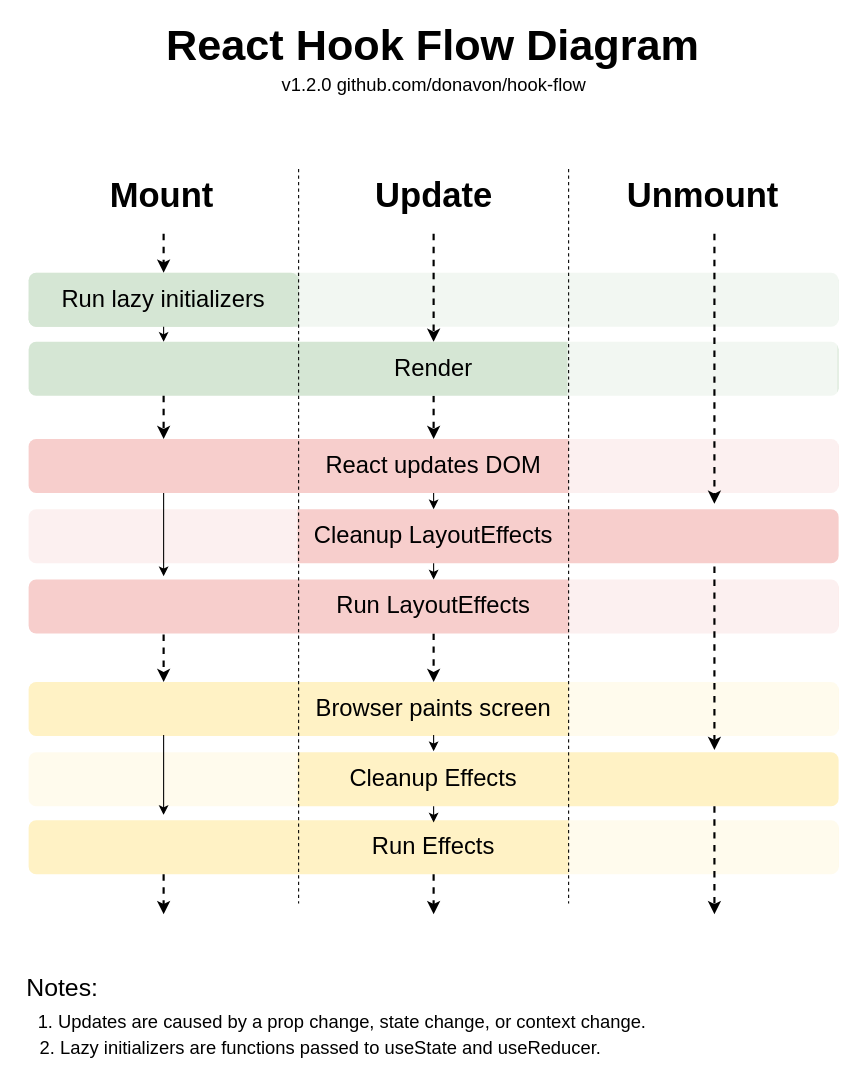
Earlier version of the draw.io diagram hook-flow.drawio (donavon/hook-flow). Source tidied: cells renumbered, new cells numbered last; positions are measured from the earlier drawing's top-left corner, leaving out a move shared by most shapes. Both pictures are drawn from the tidied source at 108%, with x=0, y=0 at pixel (17, 28).
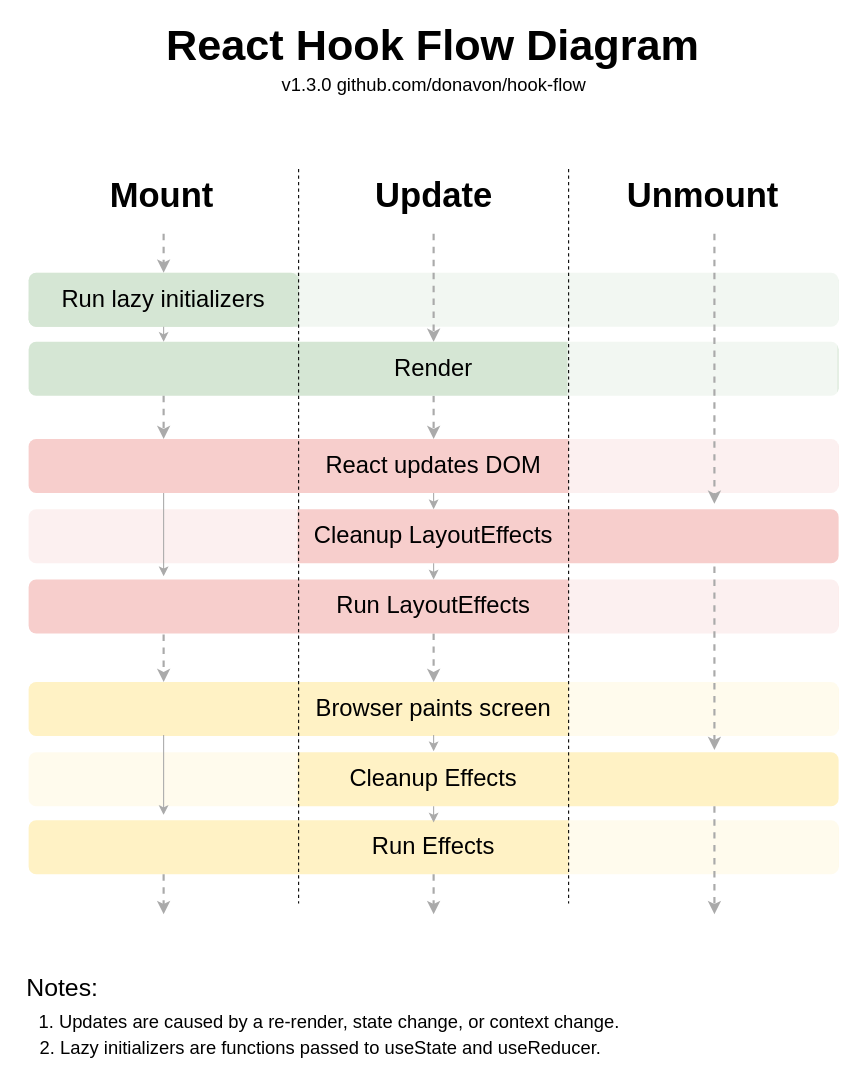
After the change.

The change refers to these unchanged cells:
```xml
<mxCell id="5" value="&lt;font style=&quot;font-size: 22px&quot;&gt;Render&lt;/font&gt;" style="rounded=1;whiteSpace=wrap;html=1;absoluteArcSize=1;arcSize=14;strokeWidth=2;fontSize=17;fillColor=#d5e6d4;strokeColor=none;" parent="1" vertex="1">
  <mxGeometry x="10" y="290" width="750" height="50" as="geometry" />
</mxCell>
<mxCell id="11" value="&lt;font style=&quot;font-size: 22px&quot;&gt;React updates DOM&lt;/font&gt;" style="rounded=1;whiteSpace=wrap;html=1;absoluteArcSize=1;arcSize=14;strokeWidth=2;fontSize=17;fillColor=#f7cecc;strokeColor=none;" parent="1" vertex="1">
  <mxGeometry x="10" y="380" width="750" height="50" as="geometry" />
</mxCell>
<mxCell id="16" value="&lt;font style=&quot;font-size: 22px&quot;&gt;Run LayoutEffects&lt;/font&gt;" style="rounded=1;whiteSpace=wrap;html=1;absoluteArcSize=1;arcSize=14;strokeWidth=2;fontSize=17;fillColor=#f7cecc;strokeColor=none;" parent="1" vertex="1">
  <mxGeometry x="10" y="510" width="750" height="50" as="geometry" />
</mxCell>
<mxCell id="22" value="&lt;font style=&quot;font-size: 22px&quot;&gt;Browser paints screen&lt;/font&gt;" style="rounded=1;whiteSpace=wrap;html=1;absoluteArcSize=1;arcSize=14;strokeWidth=2;fontSize=17;fillColor=#fff2c5;strokeColor=none;" parent="1" vertex="1">
  <mxGeometry x="10" y="605" width="750" height="50" as="geometry" />
</mxCell>
```

What changed in the source:
```diff
@@
-    <mxCell id="4" style="edgeStyle=orthogonalEdgeStyle;rounded=0;jettySize=auto;html=1;exitX=0.5;exitY=1;exitDx=0;exitDy=0;entryX=0.5;entryY=0;entryDx=0;entryDy=0;fontSize=32;dashed=1;strokeWidth=2;" parent="1" edge="1" source="5" target="11">
+    <mxCell id="4" style="edgeStyle=orthogonalEdgeStyle;rounded=0;jettySize=auto;html=1;exitX=0.5;exitY=1;exitDx=0;exitDy=0;entryX=0.5;entryY=0;entryDx=0;entryDy=0;fontSize=32;dashed=1;strokeWidth=2;strokeColor=#aaaaaa;" parent="1" edge="1" source="5" target="11">
       <mxGeometry relative="1" as="geometry" />
     </mxCell>
@@
-    <mxCell id="6" value="v1.2.0 github.com/donavon/hook-flow&lt;br&gt;" style="text;html=1;align=center;verticalAlign=middle;fillColor=none;strokeColor=none;rounded=0;fontSize=17;" parent="1" vertex="1">
+    <mxCell id="6" value="v1.3.0 github.com/donavon/hook-flow&lt;br&gt;" style="text;html=1;align=center;verticalAlign=middle;fillColor=none;strokeColor=none;rounded=0;fontSize=17;" parent="1" vertex="1">
       <mxGeometry x="235" y="38" width="300" height="30" as="geometry" />
     </mxCell>
-    <mxCell id="7" value="&lt;div style=&quot;text-align: left&quot;&gt;&lt;span&gt;1. Updates are caused by a prop change, state change, or context change.&lt;/span&gt;&lt;/div&gt;" style="text;html=1;align=center;verticalAlign=middle;fillColor=none;strokeColor=none;rounded=0;fontSize=17;" parent="1" vertex="1">
-      <mxGeometry x="10" y="906" width="580" height="30" as="geometry" />
+    <mxCell id="7" value="&lt;div style=&quot;text-align: left&quot;&gt;&lt;span&gt;1. Updates are caused by a re-render, state change, or context change.&lt;/span&gt;&lt;/div&gt;" style="text;html=1;align=center;verticalAlign=middle;fillColor=none;strokeColor=none;rounded=0;fontSize=17;" parent="1" vertex="1">
+      <mxGeometry x="13" y="906" width="550" height="30" as="geometry" />
     </mxCell>
@@
-    <mxCell id="15" style="edgeStyle=orthogonalEdgeStyle;rounded=0;jettySize=auto;html=1;exitX=0.5;exitY=1;exitDx=0;exitDy=0;entryX=0.5;entryY=0;entryDx=0;entryDy=0;fontSize=32;dashed=1;strokeWidth=2;" parent="1" edge="1" source="16" target="22">
+    <mxCell id="15" style="edgeStyle=orthogonalEdgeStyle;rounded=0;jettySize=auto;html=1;exitX=0.5;exitY=1;exitDx=0;exitDy=0;entryX=0.5;entryY=0;entryDx=0;entryDy=0;fontSize=32;dashed=1;strokeWidth=2;strokeColor=#aaaaaa;" parent="1" edge="1" source="16" target="22">
       <mxGeometry relative="1" as="geometry" />
     </mxCell>
@@
-    <mxCell id="32" style="edgeStyle=orthogonalEdgeStyle;rounded=0;orthogonalLoop=1;jettySize=auto;html=1;exitX=0.5;exitY=1;exitDx=0;exitDy=0;entryX=0.5;entryY=0;entryDx=0;entryDy=0;fontSize=32;dashed=1;strokeWidth=2;" parent="1" edge="1">
+    <mxCell id="32" style="edgeStyle=orthogonalEdgeStyle;rounded=0;orthogonalLoop=1;jettySize=auto;html=1;exitX=0.5;exitY=1;exitDx=0;exitDy=0;entryX=0.5;entryY=0;entryDx=0;entryDy=0;fontSize=32;dashed=1;strokeWidth=2;strokeColor=#aaaaaa;" parent="1" edge="1">
       <mxGeometry relative="1" as="geometry">
         <mxPoint x="135" y="340" as="sourcePoint" />
         <mxPoint x="135" y="380" as="targetPoint" />
         <Array as="points">
           <mxPoint x="135" y="347" />
           <mxPoint x="135" y="347" />
         </Array>
       </mxGeometry>
     </mxCell>
-    <mxCell id="33" style="edgeStyle=orthogonalEdgeStyle;rounded=0;orthogonalLoop=1;jettySize=auto;html=1;exitX=0.5;exitY=1;exitDx=0;exitDy=0;entryX=0.5;entryY=0;entryDx=0;entryDy=0;fontSize=32;dashed=1;strokeWidth=2;" parent="1" edge="1">
+    <mxCell id="33" style="edgeStyle=orthogonalEdgeStyle;rounded=0;orthogonalLoop=1;jettySize=auto;html=1;exitX=0.5;exitY=1;exitDx=0;exitDy=0;entryX=0.5;entryY=0;entryDx=0;entryDy=0;fontSize=32;dashed=1;strokeWidth=2;strokeColor=#aaaaaa;" parent="1" edge="1">
       <mxGeometry relative="1" as="geometry">
         <mxPoint x="135" y="561" as="sourcePoint" />
         <mxPoint x="135" y="605" as="targetPoint" />
         <Array as="points">
           <mxPoint x="135" y="568" />
           <mxPoint x="135" y="568" />
         </Array>
       </mxGeometry>
     </mxCell>
-    <mxCell id="34" style="edgeStyle=orthogonalEdgeStyle;rounded=0;orthogonalLoop=1;jettySize=auto;html=1;exitX=0.5;exitY=1;exitDx=0;exitDy=0;entryX=0.5;entryY=0;entryDx=0;entryDy=0;fontSize=32;dashed=1;strokeWidth=2;" parent="1" edge="1">
+    <mxCell id="34" style="edgeStyle=orthogonalEdgeStyle;rounded=0;orthogonalLoop=1;jettySize=auto;html=1;exitX=0.5;exitY=1;exitDx=0;exitDy=0;entryX=0.5;entryY=0;entryDx=0;entryDy=0;fontSize=32;dashed=1;strokeWidth=2;strokeColor=#aaaaaa;" parent="1" edge="1">
       <mxGeometry relative="1" as="geometry">
         <mxPoint x="135" y="783" as="sourcePoint" />
         <mxPoint x="135" y="820" as="targetPoint" />
         <Array as="points">
           <mxPoint x="135" y="790" />
           <mxPoint x="135" y="790" />
         </Array>
       </mxGeometry>
     </mxCell>
-    <mxCell id="35" style="edgeStyle=orthogonalEdgeStyle;rounded=0;orthogonalLoop=1;jettySize=auto;html=1;fontSize=32;dashed=1;strokeWidth=2;" parent="1" edge="1">
+    <mxCell id="35" style="edgeStyle=orthogonalEdgeStyle;rounded=0;orthogonalLoop=1;jettySize=auto;html=1;fontSize=32;dashed=1;strokeWidth=2;strokeColor=#aaaaaa;" parent="1" edge="1">
       <mxGeometry relative="1" as="geometry">
         <mxPoint x="645" y="190" as="sourcePoint" />
         <mxPoint x="645" y="440" as="targetPoint" />
         <Array as="points">
           <mxPoint x="645" y="347" />
           <mxPoint x="645" y="347" />
         </Array>
       </mxGeometry>
     </mxCell>
-    <mxCell id="36" style="edgeStyle=orthogonalEdgeStyle;rounded=0;orthogonalLoop=1;jettySize=auto;html=1;entryX=0.5;entryY=0;entryDx=0;entryDy=0;fontSize=32;dashed=1;strokeWidth=2;" parent="1" edge="1">
+    <mxCell id="36" style="edgeStyle=orthogonalEdgeStyle;rounded=0;orthogonalLoop=1;jettySize=auto;html=1;entryX=0.5;entryY=0;entryDx=0;entryDy=0;fontSize=32;dashed=1;strokeWidth=2;strokeColor=#aaaaaa;" parent="1" edge="1">
       <mxGeometry relative="1" as="geometry">
         <mxPoint x="645" y="498" as="sourcePoint" />
         <mxPoint x="645" y="668" as="targetPoint" />
         <Array as="points">
           <mxPoint x="645" y="566" />
           <mxPoint x="645" y="566" />
         </Array>
       </mxGeometry>
     </mxCell>
-    <mxCell id="37" style="edgeStyle=orthogonalEdgeStyle;rounded=0;orthogonalLoop=1;jettySize=auto;html=1;exitX=0.5;exitY=1;exitDx=0;exitDy=0;entryX=0.5;entryY=0;entryDx=0;entryDy=0;fontSize=32;dashed=1;strokeWidth=2;" parent="1" edge="1">
+    <mxCell id="37" style="edgeStyle=orthogonalEdgeStyle;rounded=0;orthogonalLoop=1;jettySize=auto;html=1;exitX=0.5;exitY=1;exitDx=0;exitDy=0;entryX=0.5;entryY=0;entryDx=0;entryDy=0;fontSize=32;dashed=1;strokeWidth=2;strokeColor=#aaaaaa;" parent="1" edge="1">
       <mxGeometry relative="1" as="geometry">
         <mxPoint x="645" y="720" as="sourcePoint" />
         <mxPoint x="645" y="820" as="targetPoint" />
         <Array as="points">
           <mxPoint x="645" y="787" />
           <mxPoint x="645" y="787" />
         </Array>
       </mxGeometry>
     </mxCell>
-    <mxCell id="38" style="edgeStyle=orthogonalEdgeStyle;rounded=0;orthogonalLoop=1;jettySize=auto;html=1;exitX=0.5;exitY=1;exitDx=0;exitDy=0;entryX=0.5;entryY=0;entryDx=0;entryDy=0;fontSize=32;dashed=1;strokeWidth=2;" parent="1" edge="1">
+    <mxCell id="38" style="edgeStyle=orthogonalEdgeStyle;rounded=0;orthogonalLoop=1;jettySize=auto;html=1;exitX=0.5;exitY=1;exitDx=0;exitDy=0;entryX=0.5;entryY=0;entryDx=0;entryDy=0;fontSize=32;dashed=1;strokeWidth=2;strokeColor=#aaaaaa;" parent="1" edge="1">
       <mxGeometry relative="1" as="geometry">
         <mxPoint x="385" y="190" as="sourcePoint" />
         <mxPoint x="385" y="290" as="targetPoint" />
       </mxGeometry>
     </mxCell>
-    <mxCell id="39" style="edgeStyle=orthogonalEdgeStyle;rounded=0;orthogonalLoop=1;jettySize=auto;html=1;exitX=0.5;exitY=1;exitDx=0;exitDy=0;entryX=0.5;entryY=0;entryDx=0;entryDy=0;fontSize=32;dashed=1;strokeWidth=2;" parent="1" edge="1">
+    <mxCell id="39" style="edgeStyle=orthogonalEdgeStyle;rounded=0;orthogonalLoop=1;jettySize=auto;html=1;exitX=0.5;exitY=1;exitDx=0;exitDy=0;entryX=0.5;entryY=0;entryDx=0;entryDy=0;fontSize=32;dashed=1;strokeWidth=2;strokeColor=#aaaaaa;" parent="1" edge="1">
       <mxGeometry relative="1" as="geometry">
         <mxPoint x="135" y="190" as="sourcePoint" />
         <mxPoint x="135" y="226" as="targetPoint" />
         <Array as="points">
           <mxPoint x="135" y="197" />
           <mxPoint x="135" y="197" />
         </Array>
       </mxGeometry>
     </mxCell>
-    <mxCell id="40" style="edgeStyle=orthogonalEdgeStyle;rounded=0;orthogonalLoop=1;jettySize=auto;html=1;exitX=0.5;exitY=1;exitDx=0;exitDy=0;entryX=0.5;entryY=0;entryDx=0;entryDy=0;fontSize=32;dashed=1;strokeWidth=2;" parent="1" edge="1">
+    <mxCell id="40" style="edgeStyle=orthogonalEdgeStyle;rounded=0;orthogonalLoop=1;jettySize=auto;html=1;exitX=0.5;exitY=1;exitDx=0;exitDy=0;entryX=0.5;entryY=0;entryDx=0;entryDy=0;fontSize=32;dashed=1;strokeWidth=2;strokeColor=#aaaaaa;" parent="1" edge="1">
       <mxGeometry relative="1" as="geometry">
         <mxPoint x="385" y="783" as="sourcePoint" />
         <mxPoint x="385" y="820" as="targetPoint" />
       </mxGeometry>
     </mxCell>
-    <mxCell id="41" style="edgeStyle=orthogonalEdgeStyle;rounded=0;orthogonalLoop=1;jettySize=auto;html=1;exitX=0.5;exitY=1;exitDx=0;exitDy=0;entryX=0.5;entryY=0;entryDx=0;entryDy=0;fontSize=32;strokeWidth=1;" parent="1" edge="1">
+    <mxCell id="41" style="edgeStyle=orthogonalEdgeStyle;rounded=0;orthogonalLoop=1;jettySize=auto;html=1;exitX=0.5;exitY=1;exitDx=0;exitDy=0;entryX=0.5;entryY=0;entryDx=0;entryDy=0;fontSize=32;strokeWidth=1;strokeColor=#aaaaaa;" parent="1" edge="1">
       <mxGeometry relative="1" as="geometry">
         <mxPoint x="135" y="654" as="sourcePoint" />
         <mxPoint x="135" y="728" as="targetPoint" />
       </mxGeometry>
     </mxCell>
-    <mxCell id="42" style="edgeStyle=orthogonalEdgeStyle;rounded=0;orthogonalLoop=1;jettySize=auto;html=1;exitX=0.5;exitY=1;exitDx=0;exitDy=0;entryX=0.5;entryY=0;entryDx=0;entryDy=0;fontSize=32;strokeWidth=1;" parent="1" edge="1">
+    <mxCell id="42" style="edgeStyle=orthogonalEdgeStyle;rounded=0;orthogonalLoop=1;jettySize=auto;html=1;exitX=0.5;exitY=1;exitDx=0;exitDy=0;entryX=0.5;entryY=0;entryDx=0;entryDy=0;fontSize=32;strokeWidth=1;strokeColor=#aaaaaa;" parent="1" edge="1">
       <mxGeometry relative="1" as="geometry">
         <mxPoint x="135" y="430" as="sourcePoint" />
         <mxPoint x="135" y="507" as="targetPoint" />
       </mxGeometry>
     </mxCell>
-    <mxCell id="43" style="edgeStyle=orthogonalEdgeStyle;rounded=0;orthogonalLoop=1;jettySize=auto;html=1;exitX=0.5;exitY=1;exitDx=0;exitDy=0;entryX=0.5;entryY=0;entryDx=0;entryDy=0;fontSize=32;strokeWidth=1;" parent="1" edge="1">
+    <mxCell id="43" style="edgeStyle=orthogonalEdgeStyle;rounded=0;orthogonalLoop=1;jettySize=auto;html=1;exitX=0.5;exitY=1;exitDx=0;exitDy=0;entryX=0.5;entryY=0;entryDx=0;entryDy=0;fontSize=32;strokeWidth=1;strokeColor=#aaaaaa;" parent="1" edge="1">
       <mxGeometry relative="1" as="geometry">
         <mxPoint x="135" y="276" as="sourcePoint" />
         <mxPoint x="135" y="290" as="targetPoint" />
       </mxGeometry>
     </mxCell>
-    <mxCell id="44" style="edgeStyle=orthogonalEdgeStyle;rounded=0;orthogonalLoop=1;jettySize=auto;html=1;exitX=0.5;exitY=1;exitDx=0;exitDy=0;entryX=0.5;entryY=0;entryDx=0;entryDy=0;fontSize=32;strokeWidth=1;" parent="1" edge="1">
+    <mxCell id="44" style="edgeStyle=orthogonalEdgeStyle;rounded=0;orthogonalLoop=1;jettySize=auto;html=1;exitX=0.5;exitY=1;exitDx=0;exitDy=0;entryX=0.5;entryY=0;entryDx=0;entryDy=0;fontSize=32;strokeWidth=1;strokeColor=#aaaaaa;" parent="1" edge="1">
       <mxGeometry relative="1" as="geometry">
         <mxPoint x="385" y="430" as="sourcePoint" />
         <mxPoint x="385" y="445" as="targetPoint" />
       </mxGeometry>
     </mxCell>
-    <mxCell id="45" style="edgeStyle=orthogonalEdgeStyle;rounded=0;orthogonalLoop=1;jettySize=auto;html=1;exitX=0.5;exitY=1;exitDx=0;exitDy=0;entryX=0.5;entryY=0;entryDx=0;entryDy=0;fontSize=32;strokeWidth=1;" parent="1" edge="1">
+    <mxCell id="45" style="edgeStyle=orthogonalEdgeStyle;rounded=0;orthogonalLoop=1;jettySize=auto;html=1;exitX=0.5;exitY=1;exitDx=0;exitDy=0;entryX=0.5;entryY=0;entryDx=0;entryDy=0;fontSize=32;strokeWidth=1;strokeColor=#aaaaaa;" parent="1" edge="1">
       <mxGeometry relative="1" as="geometry">
         <mxPoint x="385" y="495" as="sourcePoint" />
         <mxPoint x="385" y="510" as="targetPoint" />
       </mxGeometry>
     </mxCell>
-    <mxCell id="46" style="edgeStyle=orthogonalEdgeStyle;rounded=0;orthogonalLoop=1;jettySize=auto;html=1;exitX=0.5;exitY=1;exitDx=0;exitDy=0;entryX=0.5;entryY=0;entryDx=0;entryDy=0;fontSize=32;strokeWidth=1;" parent="1" edge="1">
+    <mxCell id="46" style="edgeStyle=orthogonalEdgeStyle;rounded=0;orthogonalLoop=1;jettySize=auto;html=1;exitX=0.5;exitY=1;exitDx=0;exitDy=0;entryX=0.5;entryY=0;entryDx=0;entryDy=0;fontSize=32;strokeWidth=1;strokeColor=#aaaaaa;" parent="1" edge="1">
       <mxGeometry relative="1" as="geometry">
         <mxPoint x="385" y="654" as="sourcePoint" />
         <mxPoint x="385" y="669" as="targetPoint" />
       </mxGeometry>
     </mxCell>
-    <mxCell id="47" style="edgeStyle=orthogonalEdgeStyle;rounded=0;orthogonalLoop=1;jettySize=auto;html=1;exitX=0.5;exitY=1;exitDx=0;exitDy=0;entryX=0.5;entryY=0;entryDx=0;entryDy=0;fontSize=32;strokeWidth=1;" parent="1" edge="1">
+    <mxCell id="47" style="edgeStyle=orthogonalEdgeStyle;rounded=0;orthogonalLoop=1;jettySize=auto;html=1;exitX=0.5;exitY=1;exitDx=0;exitDy=0;entryX=0.5;entryY=0;entryDx=0;entryDy=0;fontSize=32;strokeWidth=1;strokeColor=#aaaaaa;" parent="1" edge="1">
       <mxGeometry relative="1" as="geometry">
         <mxPoint x="385" y="720" as="sourcePoint" />
         <mxPoint x="385" y="735" as="targetPoint" />
       </mxGeometry>
     </mxCell>
```
